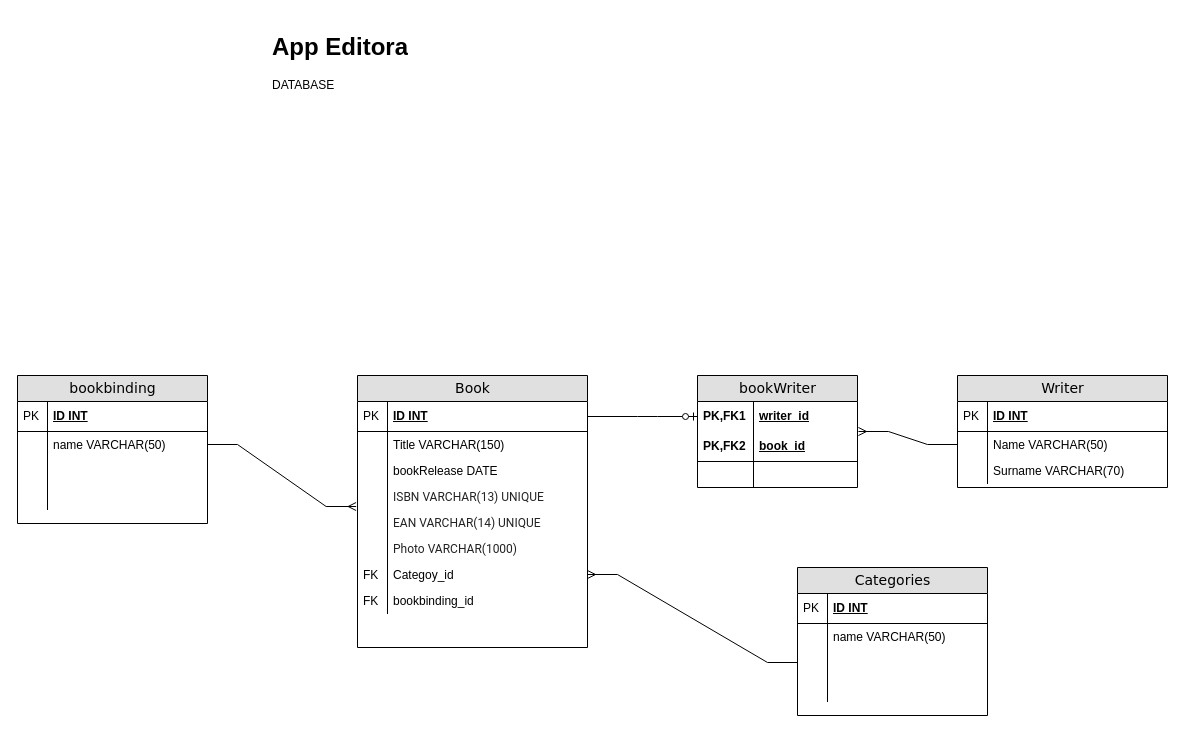
The draw.io diagram Untitled Diagram.drawio in jonasnapoles/projectFinalDocs, before the edit. Source tidied: cells renumbered, new cells numbered last; positions are measured from the earlier drawing's top-left corner, leaving out a move shared by most shapes. Both pictures are drawn from the tidied source at 100%, with x=0, y=0 at pixel (17, 27).
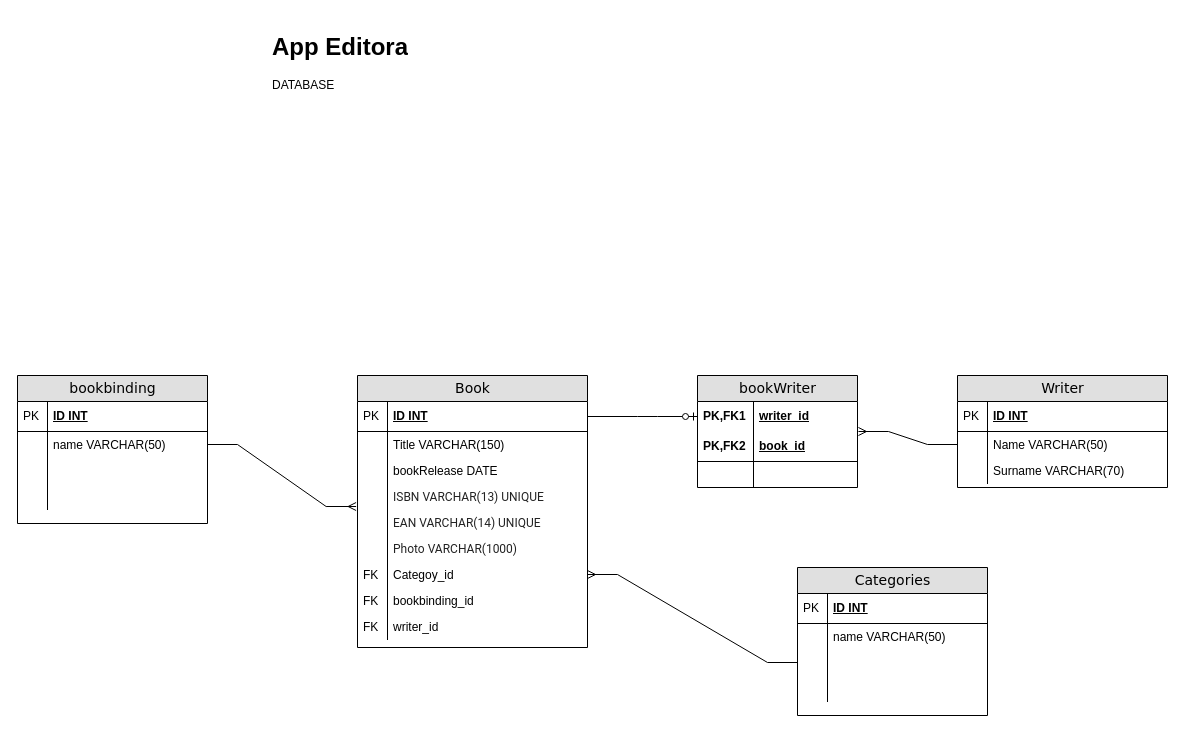
Above is the later version.

Unchanged cells that the change refers to:
```xml
<mxCell id="16" value="Book" style="swimlane;html=1;fontStyle=0;horizontal=1;startSize=26;fillColor=#e0e0e0;swimlaneFillColor=#ffffff;align=center;rounded=0;shadow=0;comic=0;labelBackgroundColor=none;strokeWidth=1;fontFamily=Verdana;fontSize=14;" parent="1" vertex="1">
  <mxGeometry x="340" y="348" width="230" height="272" as="geometry" />
</mxCell>
```

Diff of the diagram source:
```diff
@@
+    <mxCell id="56" value="writer_id" style="shape=partialRectangle;top=0;left=0;right=0;bottom=0;html=1;align=left;verticalAlign=top;fillColor=none;spacingLeft=34;spacingRight=4;whiteSpace=wrap;overflow=hidden;" parent="16" vertex="1">
+      <mxGeometry y="238" width="230" height="26" as="geometry" />
+    </mxCell>
+    <mxCell id="57" value="FK" style="shape=partialRectangle;top=0;left=0;bottom=0;html=1;fillColor=none;align=left;verticalAlign=top;spacingLeft=4;spacingRight=4;whiteSpace=wrap;overflow=hidden;" parent="56" vertex="1">
+      <mxGeometry width="30" height="26" as="geometry" />
+    </mxCell>
```
